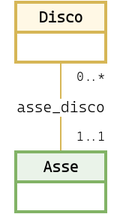
CuriousCI/computer-braining keeps this draw.io diagram as exercises/hanoi.png. Above is the earlier version. Source tidied: cells renumbered, new cells last; positions are measured from the earlier drawing's top-left corner, leaving out a move shared by most shapes. Its diagram source:
```xml
<mxGraphModel>
  <root>
    <mxCell id="0" />
    <mxCell id="1" parent="0" />
    <mxCell id="2" style="endArrow=none;html=1;rounded=0;flowAnimation=0;shadow=0;anchorPointDirection=1;curved=0;fillOpacity=50;fillColor=#fff2cc;strokeColor=#d6b656;fontFamily=CaskaydiaCove NFM Light;entryX=0.5;entryY=0;entryDx=0;entryDy=0;exitX=0.5;exitY=1;exitDx=0;exitDy=0;" parent="1" edge="1" source="6" target="7">
      <mxGeometry relative="1" as="geometry" />
    </mxCell>
    <mxCell id="3" value="1..1" style="text;html=1;align=center;verticalAlign=middle;strokeColor=none;fillColor=none;fontFamily=CaskaydiaCove NFM Light;fontSize=8;spacing=0;fillOpacity=50;" parent="1" vertex="1">
      <mxGeometry x="40" y="80" width="40" height="20" as="geometry" />
    </mxCell>
    <mxCell id="4" value="0..*" style="text;html=1;align=center;verticalAlign=middle;strokeColor=none;fillColor=none;fontFamily=CaskaydiaCove NFM Light;fontSize=8;spacing=0;fillOpacity=50;" parent="1" vertex="1">
      <mxGeometry x="40" y="40" width="40" height="20" as="geometry" />
    </mxCell>
    <mxCell id="5" value="asse_disco" style="text;html=1;align=center;verticalAlign=middle;strokeColor=none;fillColor=none;fontFamily=CaskaydiaCove NFM Light;fontSize=10;fontStyle=0;labelBackgroundColor=default;spacing=0;fillOpacity=50;strokeWidth=0;" parent="1" vertex="1">
      <mxGeometry y="60" width="80" height="20" as="geometry" />
    </mxCell>
    <mxCell id="6" value="Disco" style="swimlane;fontStyle=1;align=center;verticalAlign=middle;horizontal=1;startSize=20;rounded=0;shadow=0;strokeWidth=2;fontFamily=CaskaydiaCove NFM Light;fontSize=10;swimlaneLine=1;fillColor=#fff2cc;glass=0;html=1;noLabel=0;snapToPoint=0;fixDash=0;fillOpacity=50;strokeColor=#d6b656;" parent="1" vertex="1">
      <mxGeometry x="10" width="60" height="40" as="geometry" />
    </mxCell>
    <mxCell id="7" value="Asse" style="swimlane;fontStyle=1;align=center;verticalAlign=middle;horizontal=1;startSize=20;rounded=0;shadow=0;strokeWidth=2;fontFamily=CaskaydiaCove NFM Light;fontSize=10;swimlaneLine=1;fillColor=#d5e8d4;glass=0;html=1;noLabel=0;snapToPoint=0;fixDash=0;fillOpacity=50;strokeColor=#82b366;" parent="1" vertex="1">
      <mxGeometry x="10" y="100" width="60" height="40" as="geometry" />
    </mxCell>
  </root>
</mxGraphModel>
```
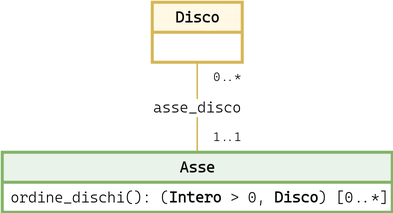
The same diagram one commit later.

What changed in the source:
```diff
@@ -18,7 +18,10 @@
       <mxGeometry x="10" width="60" height="40" as="geometry" />
     </mxCell>
     <mxCell id="7" value="Asse" style="swimlane;fontStyle=1;align=center;verticalAlign=middle;horizontal=1;startSize=20;rounded=0;shadow=0;strokeWidth=2;fontFamily=CaskaydiaCove NFM Light;fontSize=10;swimlaneLine=1;fillColor=#d5e8d4;glass=0;html=1;noLabel=0;snapToPoint=0;fixDash=0;fillOpacity=50;strokeColor=#82b366;" parent="1" vertex="1">
-      <mxGeometry x="10" y="100" width="60" height="40" as="geometry" />
+      <mxGeometry x="-90" y="100" width="260" height="40" as="geometry" />
     </mxCell>
+    <mxCell id="8" value="ordine_dischi(): (&lt;b&gt;Intero&lt;/b&gt; &amp;gt; 0,&lt;b&gt; Disco&lt;/b&gt;)&lt;b&gt; &lt;/b&gt;[0..*]" style="text;align=left;verticalAlign=middle;spacingLeft=4;spacingRight=4;overflow=hidden;fontFamily=CaskaydiaCove NFM Light;fontStyle=0;fontSize=10;html=1;glass=0;fillOpacity=50;" parent="7" vertex="1">
+      <mxGeometry y="20" width="260" height="20" as="geometry" />
+    </mxCell>
   </root>
 </mxGraphModel>
```
